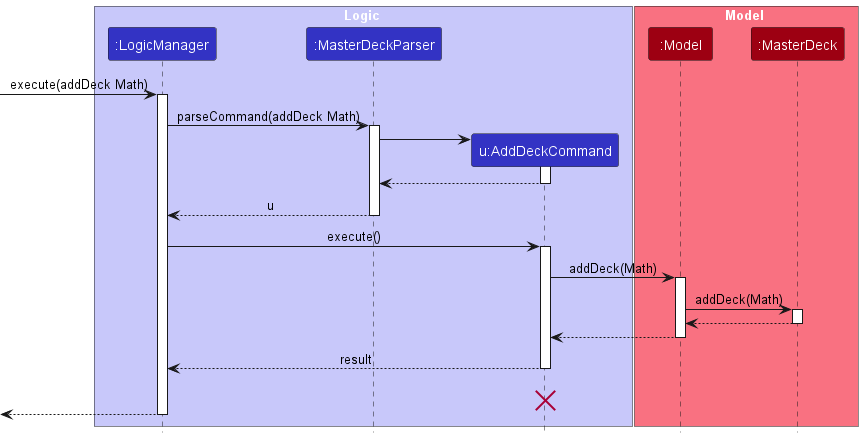
Above: docs/images/AddDeckSequenceDiagram.png in nus-cs2103-AY2223S2/tp (PlantUML), before the change. The source it was exported from:
```plantuml
@startuml
!include style.puml

box Logic LOGIC_COLOR_T1
participant ":LogicManager" as LogicManager LOGIC_COLOR
participant ":MasterDeckParser" as MasterDeckParser LOGIC_COLOR
participant "u:AddDeckCommand" as AddDeckCommand LOGIC_COLOR
end box

box Model MODEL_COLOR_T1
participant ":Model" as Model MODEL_COLOR
participant ":MasterDeck" as MasterDeck MODEL_COLOR
end box
[-> LogicManager : execute(addDeck Math)
activate LogicManager

LogicManager -> MasterDeckParser : parseCommand(addDeck Math)
activate MasterDeckParser

create AddDeckCommand
MasterDeckParser -> AddDeckCommand
activate AddDeckCommand

AddDeckCommand --> MasterDeckParser
deactivate AddDeckCommand

MasterDeckParser --> LogicManager : u
deactivate MasterDeckParser

LogicManager -> AddDeckCommand : execute()
activate AddDeckCommand

AddDeckCommand -> Model : addDeck(Math)
activate Model

Model -> MasterDeck : addDeck(Math)
activate MasterDeck

MasterDeck --> Model :
deactivate MasterDeck

Model --> AddDeckCommand
deactivate Model

AddDeckCommand --> LogicManager : result
deactivate AddDeckCommand
AddDeckCommand -[hidden]-> LogicManager : result
destroy AddDeckCommand

[<--LogicManager
deactivate LogicManager
@enduml
```
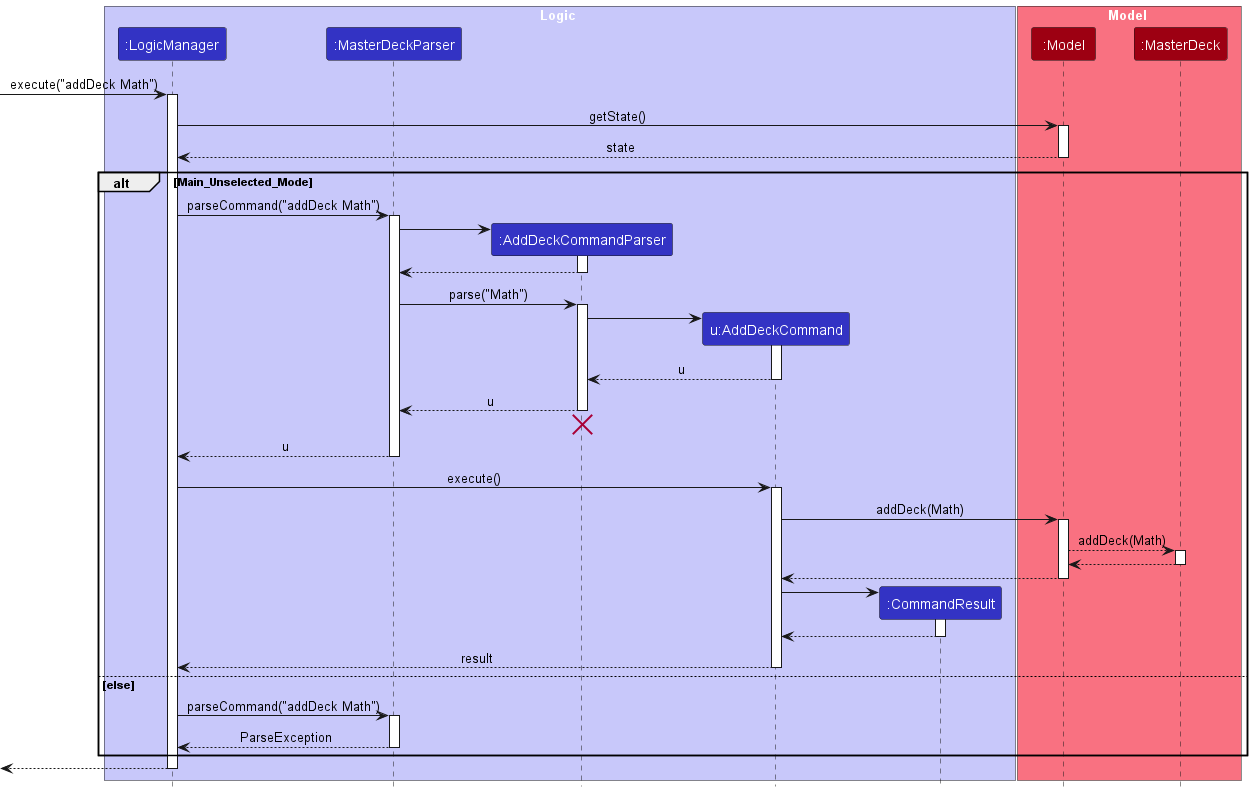
After the change.

Commit message:
Update AddDeck Sequence Diagram

The edit, as a diff of the source:
```diff
@@ -4,49 +4,81 @@
 box Logic LOGIC_COLOR_T1
 participant ":LogicManager" as LogicManager LOGIC_COLOR
 participant ":MasterDeckParser" as MasterDeckParser LOGIC_COLOR
+participant ":AddDeckCommandParser" as AddDeckCommandParser LOGIC_COLOR
 participant "u:AddDeckCommand" as AddDeckCommand LOGIC_COLOR
+participant ":CommandResult" as CommandResult LOGIC_COLOR
 end box
 
 box Model MODEL_COLOR_T1
 participant ":Model" as Model MODEL_COLOR
 participant ":MasterDeck" as MasterDeck MODEL_COLOR
 end box
-[-> LogicManager : execute(addDeck Math)
+
+[-> LogicManager : execute("addDeck Math")
 activate LogicManager
 
-LogicManager -> MasterDeckParser : parseCommand(addDeck Math)
-activate MasterDeckParser
+LogicManager -> Model : getState()
+activate Model
+Model --> LogicManager : state
+deactivate Model
+alt Main_Unselected_Mode
+    LogicManager -> MasterDeckParser : parseCommand("addDeck Math")
+    activate MasterDeckParser
+    create AddDeckCommandParser
+    MasterDeckParser -> AddDeckCommandParser
+    activate AddDeckCommandParser
 
-create AddDeckCommand
-MasterDeckParser -> AddDeckCommand
-activate AddDeckCommand
+    AddDeckCommandParser --> MasterDeckParser
+    deactivate AddDeckCommandParser
 
-AddDeckCommand --> MasterDeckParser
-deactivate AddDeckCommand
+    MasterDeckParser -> AddDeckCommandParser : parse("Math")
+    activate AddDeckCommandParser
 
-MasterDeckParser --> LogicManager : u
-deactivate MasterDeckParser
+    create AddDeckCommand
+    AddDeckCommandParser -> AddDeckCommand
+    activate AddDeckCommand
 
-LogicManager -> AddDeckCommand : execute()
-activate AddDeckCommand
+    AddDeckCommand --> AddDeckCommandParser : u
+    deactivate AddDeckCommand
 
-AddDeckCommand -> Model : addDeck(Math)
-activate Model
+    AddDeckCommandParser --> MasterDeckParser : u
+    deactivate AddDeckCommandParser
 
-Model -> MasterDeck : addDeck(Math)
-activate MasterDeck
+    AddDeckCommandParser -[hidden]-> MasterDeckParser
+    destroy AddDeckCommandParser
+    MasterDeckParser --> LogicManager : u
+    deactivate MasterDeckParser
 
-MasterDeck --> Model :
-deactivate MasterDeck
+    LogicManager -> AddDeckCommand : execute()
+    activate AddDeckCommand
 
-Model --> AddDeckCommand
-deactivate Model
+    AddDeckCommand -> Model : addDeck(Math)
+    activate Model
 
-AddDeckCommand --> LogicManager : result
-deactivate AddDeckCommand
-AddDeckCommand -[hidden]-> LogicManager : result
-destroy AddDeckCommand
+    Model --> MasterDeck : addDeck(Math)
+    activate MasterDeck
+    MasterDeck --> Model :
+    deactivate MasterDeck
+    Model --> AddDeckCommand
+    deactivate Model
 
+    create CommandResult
+    AddDeckCommand -> CommandResult
+    activate CommandResult
+
+    CommandResult --> AddDeckCommand
+    deactivate CommandResult
+
+    AddDeckCommand --> LogicManager : result
+    deactivate AddDeckCommand
+
+else else
+    LogicManager -> MasterDeckParser : parseCommand("addDeck Math")
+    activate MasterDeckParser
+    MasterDeckParser --> LogicManager : ParseException
+    deactivate MasterDeckParser
+
+end
 [<--LogicManager
 deactivate LogicManager
 @enduml
```
